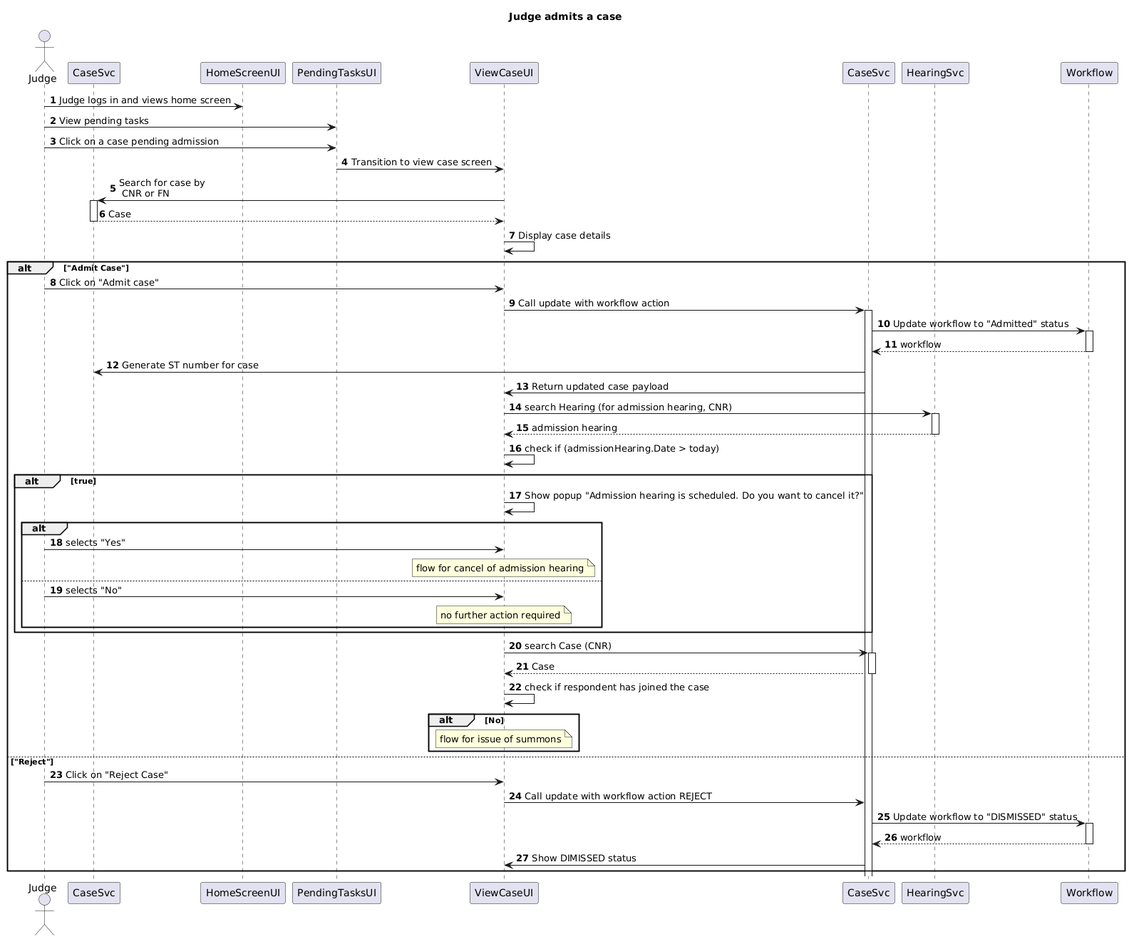
Earlier version of the PlantUML export docs/UI_Sequence_Diagrams/Case Flows/Diagrams/BNSS_Judge_Admits_Case.png (pucardotorg/dristi).
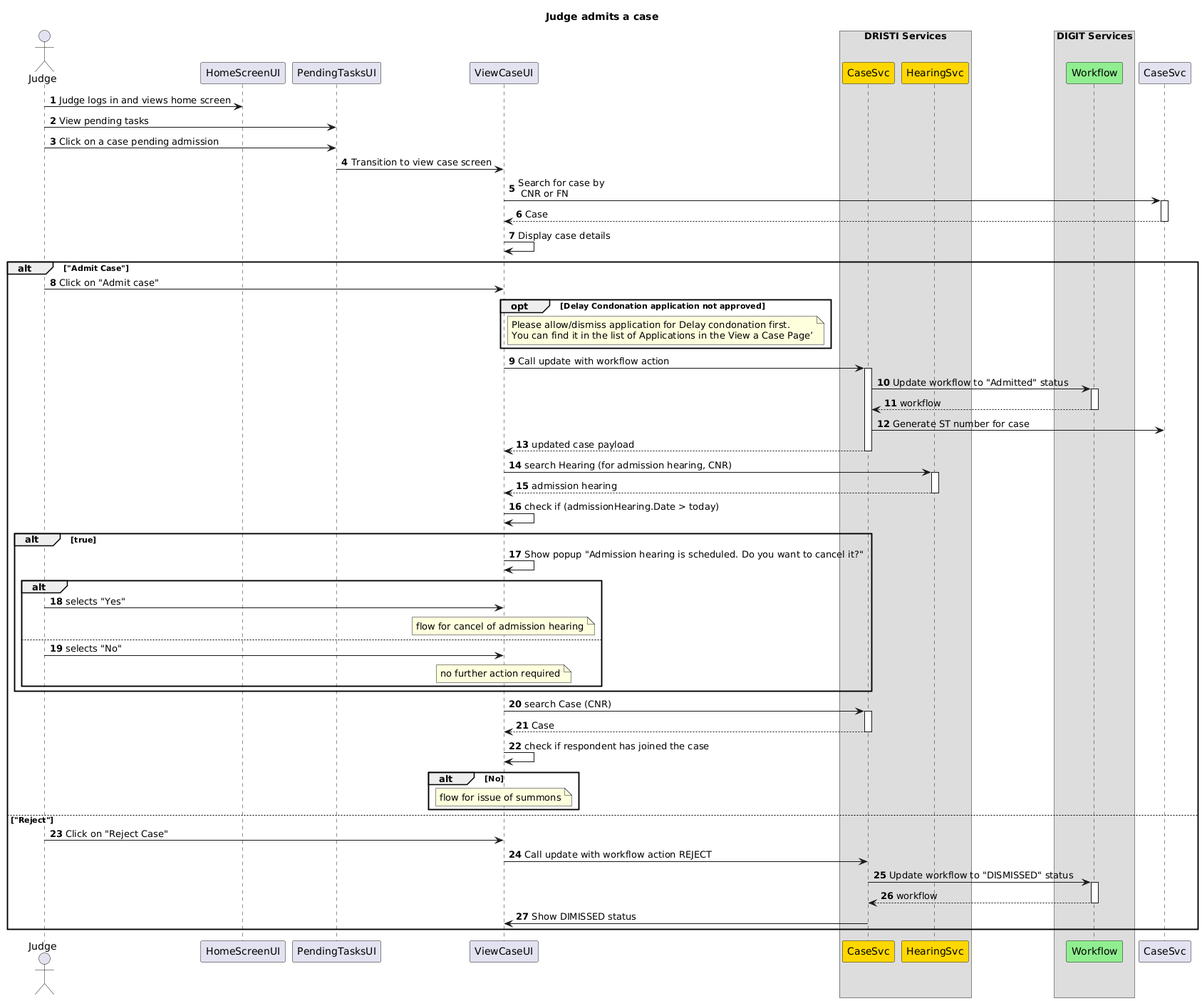
The same diagram one commit later.

Commit message:
Judge admitting a case updated based on delay condonation

Diff of the diagram source:
```diff
@@ -2,12 +2,20 @@
 autonumber
 title "Judge admits a case"
 actor Judge as J
-participant HomeScreenUI as H order 1
-participant PendingTasksUI as I order 2
-participant ViewCaseUI as CI order 3
-participant CaseSvc as CS order 6
-participant HearingSvc as HS order 7
-participant Workflow order 10
+
+participant HomeScreenUI as H
+participant PendingTasksUI as I
+participant ViewCaseUI as CI
+
+box DRISTI Services
+participant CaseSvc as CS #gold
+participant HearingSvc as HS #gold
+end box
+
+box DIGIT Services
+participant Workflow #lightgreen
+end box
+
 J->H: Judge logs in and views home screen
 J->I: View pending tasks
 J->I: Click on a case pending admission
@@ -17,11 +25,19 @@
 CI->CI: Display case details
 alt "Admit Case"
 J -> CI: Click on "Admit case"
+
+opt Delay Condonation application not approved
+note right of CI
+   Please allow/dismiss application for Delay condonation first.
+   You can find it in the list of Applications in the View a Case Page’
+end note
+end
+
 CI->CS++: Call update with workflow action
 CS->Workflow++: Update workflow to "Admitted" status
 return workflow
 CS->CaseSvc:Generate ST number for case
-CS->CI: Return updated case payload
+return updated case payload
 
 CI->HS++: search Hearing (for admission hearing, CNR)
 return admission hearing
```
